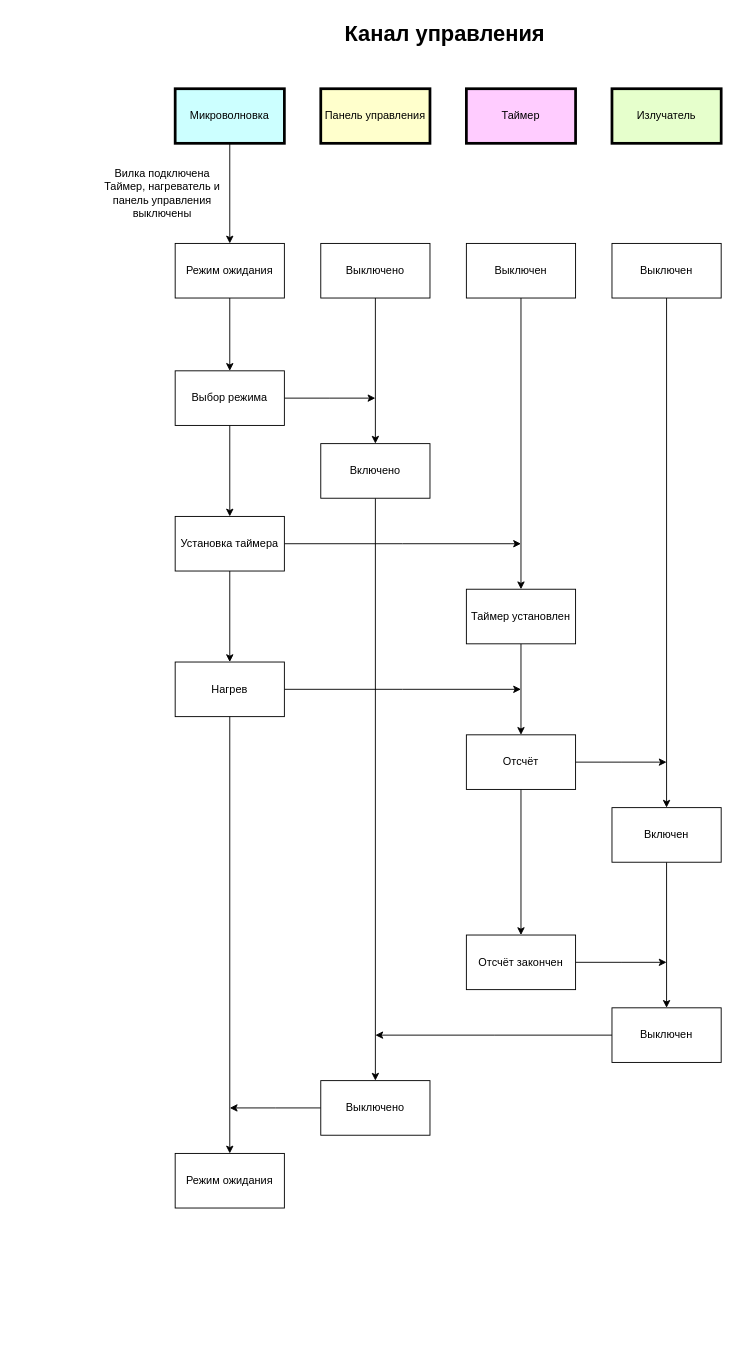
Earlier version of the draw.io diagram page "Канал управления" (4 of 5) of lab_05/i_want_sleep.drawio (Tulenenok/BMSTU_OOP). Source tidied: cells renumbered, new cells numbered last; positions are measured from the earlier drawing's top-left corner, leaving out a move shared by most shapes. Both pictures are drawn from the tidied source at 91%, with x=0, y=0 at pixel (98, 15).
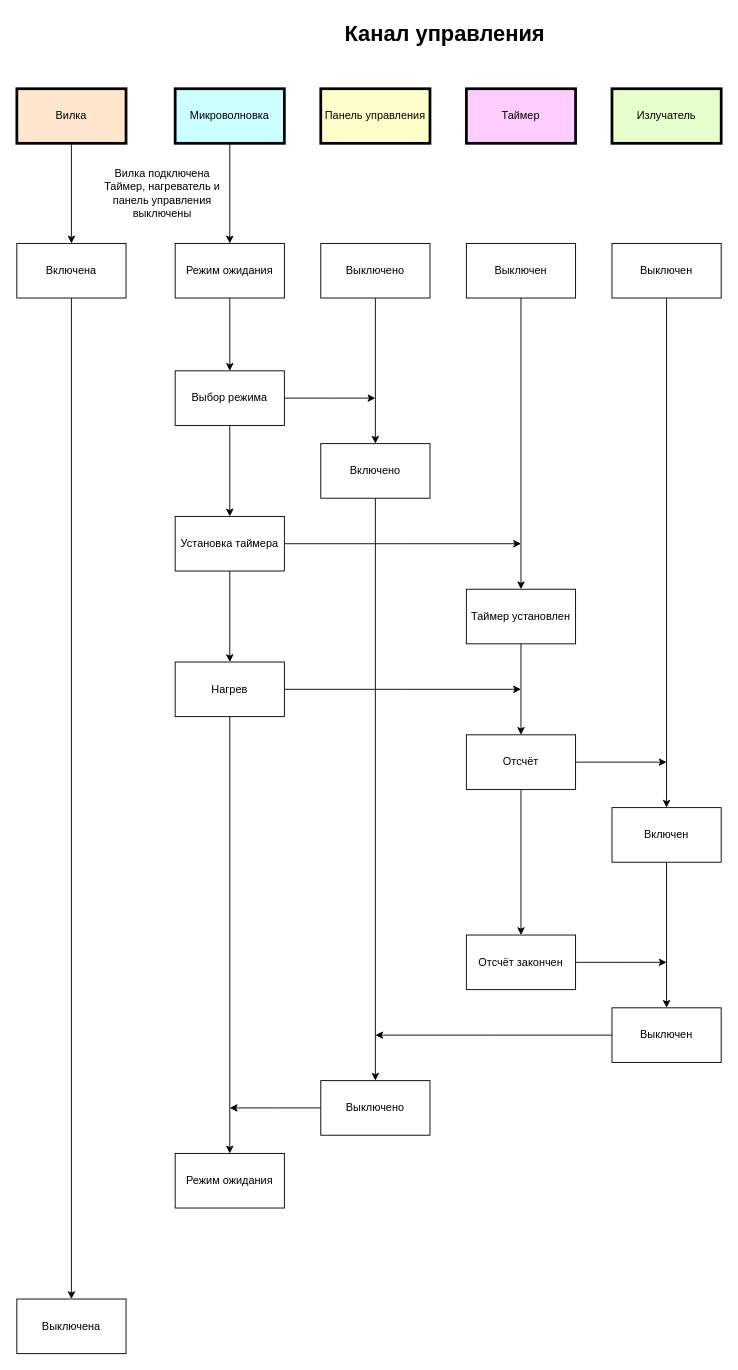
Above is the later version.

Diff of the diagram source:
```diff
@@
+    <mxCell id="42" style="edgeStyle=orthogonalEdgeStyle;rounded=0;jettySize=auto;html=1;exitX=0.5;exitY=1;exitDx=0;exitDy=0;entryX=0.5;entryY=0;entryDx=0;entryDy=0;" parent="1" edge="1" source="43" target="45">
+      <mxGeometry relative="1" as="geometry" />
+    </mxCell>
+    <mxCell id="43" value="Вилка" style="rounded=0;whiteSpace=wrap;html=1;strokeWidth=3;fillColor=#FFE6CC;" parent="1" vertex="1">
+      <mxGeometry x="-90" y="80" width="120" height="60" as="geometry" />
+    </mxCell>
+    <mxCell id="44" style="edgeStyle=orthogonalEdgeStyle;rounded=0;jettySize=auto;html=1;exitX=0.5;exitY=1;exitDx=0;exitDy=0;" parent="1" edge="1" source="45" target="46">
+      <mxGeometry relative="1" as="geometry" />
+    </mxCell>
+    <mxCell id="45" value="Включена" style="rounded=0;whiteSpace=wrap;html=1;strokeWidth=1;" parent="1" vertex="1">
+      <mxGeometry x="-90" y="250" width="120" height="60" as="geometry" />
+    </mxCell>
+    <mxCell id="46" value="Выключена" style="rounded=0;whiteSpace=wrap;html=1;strokeWidth=1;" parent="1" vertex="1">
+      <mxGeometry x="-90" y="1410" width="120" height="60" as="geometry" />
+    </mxCell>
```
